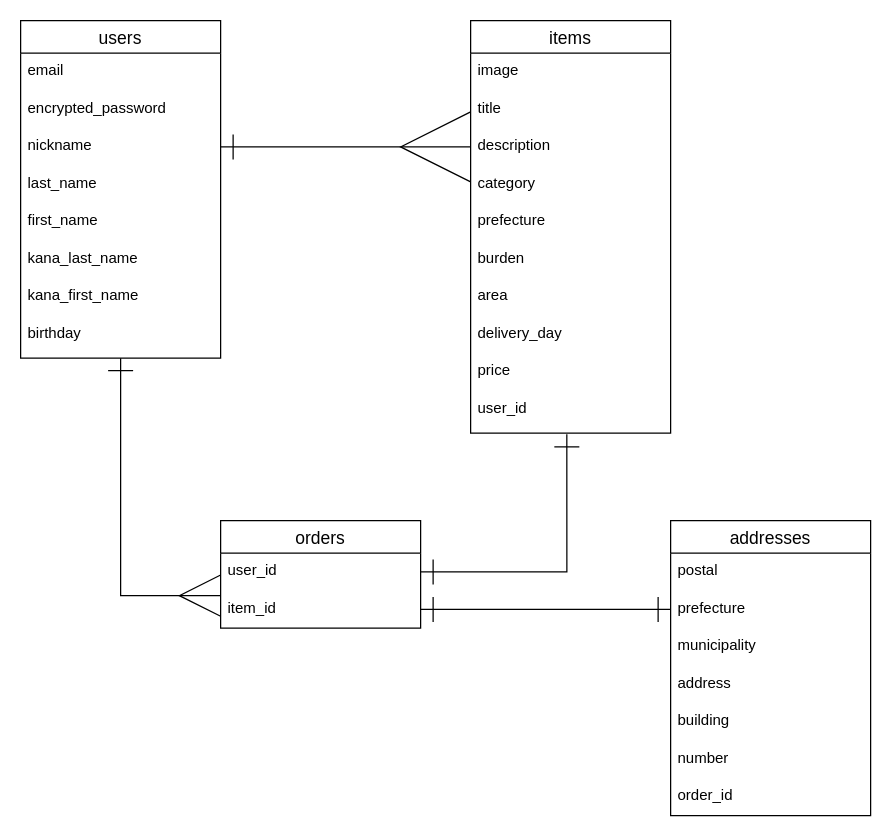
Before: furima.dio in CatGitter/furima-35807, a draw.io diagram. Source tidied: cells renumbered, new cells numbered last; positions are measured from the earlier drawing's top-left corner, leaving out a move shared by most shapes. Both pictures are drawn from the tidied source at 125%, with x=0, y=0 at pixel (20, 20).
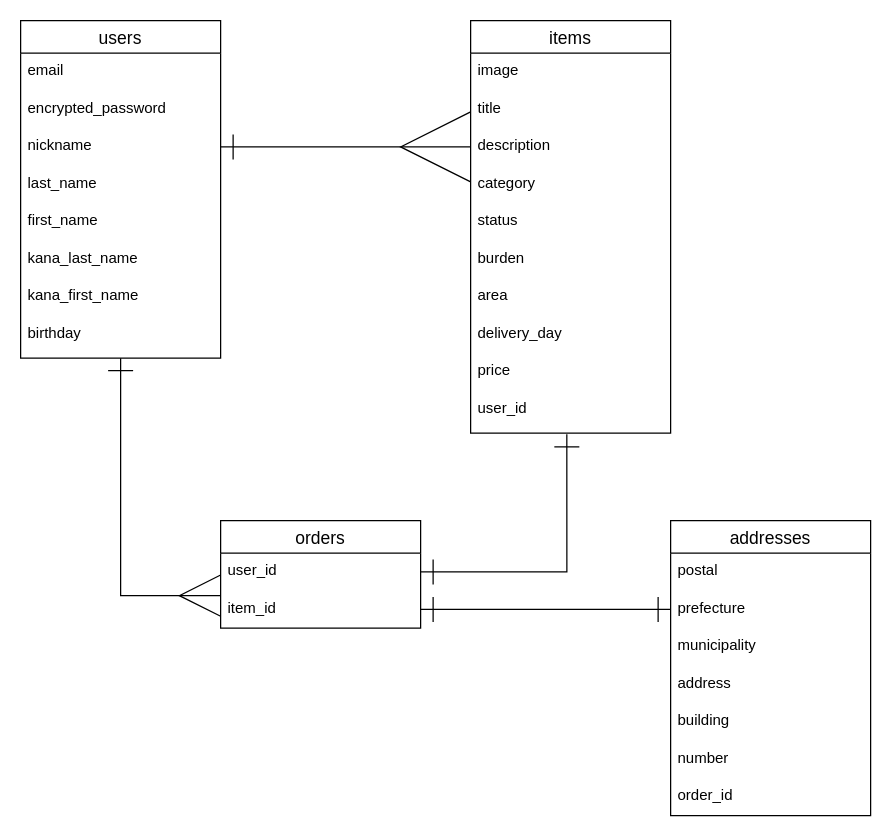
After the change.

The change refers to these unchanged cells:
```xml
<mxCell id="11" value="items" style="swimlane;fontStyle=0;horizontal=1;startSize=26;align=center;fontSize=14;" parent="1" vertex="1">
  <mxGeometry x="360" width="160" height="330" as="geometry" />
</mxCell>
```

The edit, as a diff of the source:
```diff
@@
-    <mxCell id="16" value="prefecture" style="text;strokeColor=none;fillColor=none;spacingLeft=4;spacingRight=4;overflow=hidden;fontSize=12;" parent="11" vertex="1">
+    <mxCell id="16" value="status" style="text;strokeColor=none;fillColor=none;spacingLeft=4;spacingRight=4;overflow=hidden;fontSize=12;" parent="11" vertex="1">
       <mxGeometry y="146" width="160" height="30" as="geometry" />
     </mxCell>
```
